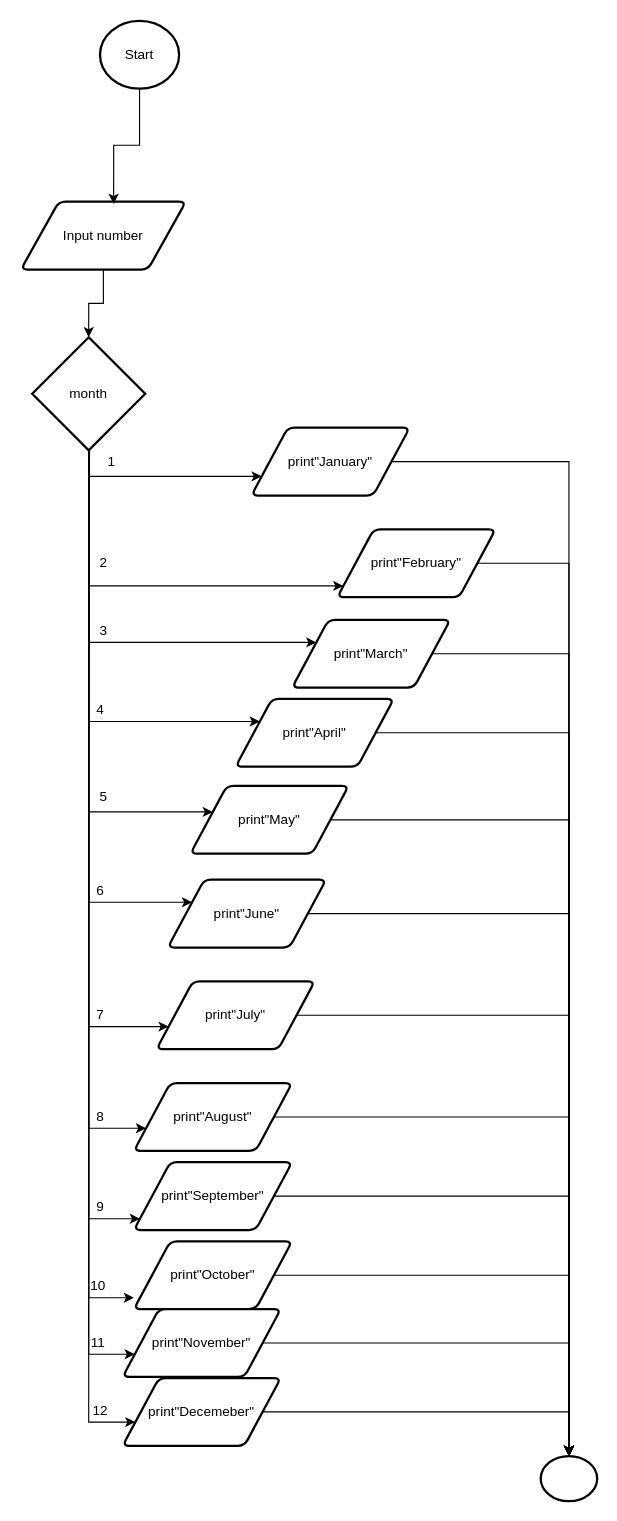
huihangisaac-ho/ICS3U-Unit3-05-Python keeps this draw.io diagram as Flowchart.drawio. Above is the earlier version. Source tidied: cells renumbered, new cells numbered last; positions are measured from the earlier drawing's top-left corner, leaving out a move shared by most shapes. Both pictures are drawn from the tidied source at 113%, with x=0, y=0 at pixel (20, 20).
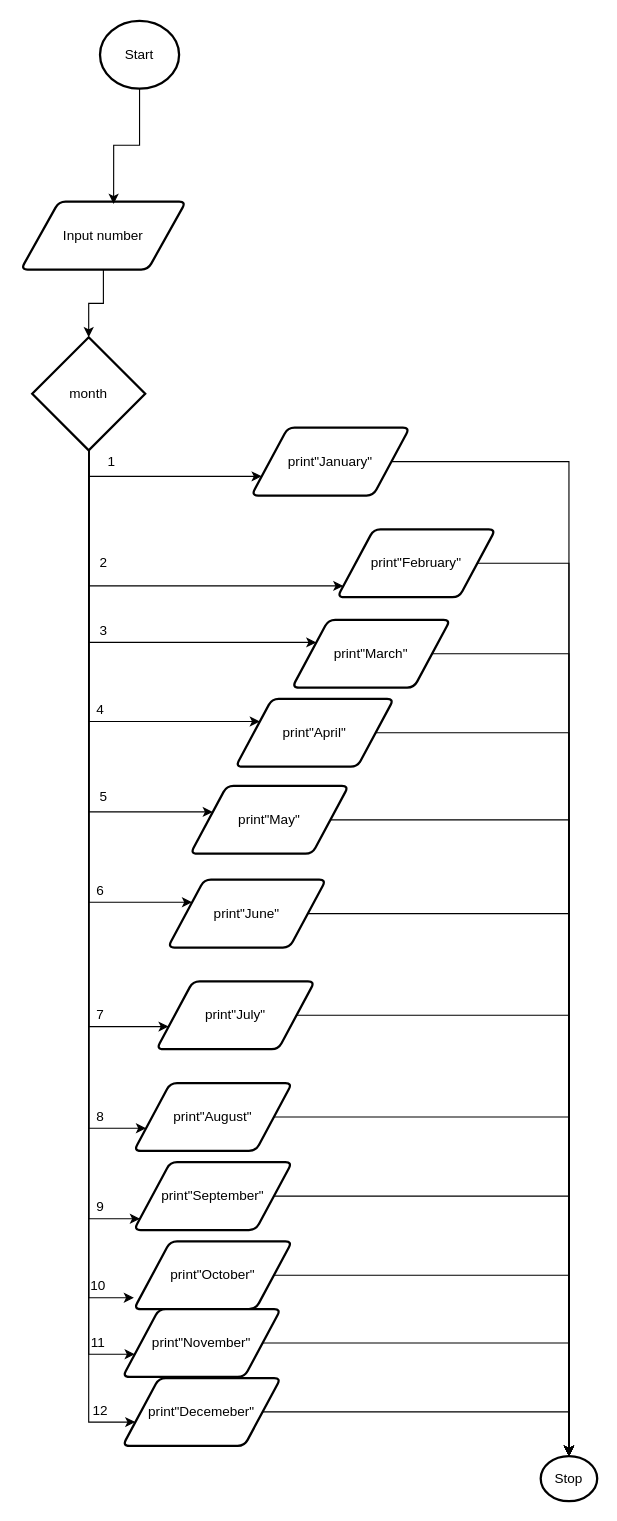
After the change.

The edit, as a diff of the source:
```diff
@@
-    <mxCell id="51" style="strokeWidth=2;html=1;shape=mxgraph.flowchart.start_2;whiteSpace=wrap;" parent="1" vertex="1">
+    <mxCell id="51" value="Stop" style="strokeWidth=2;html=1;shape=mxgraph.flowchart.start_2;whiteSpace=wrap;" parent="1" vertex="1">
       <mxGeometry x="460" y="1270" width="50" height="40" as="geometry" />
     </mxCell>
```
